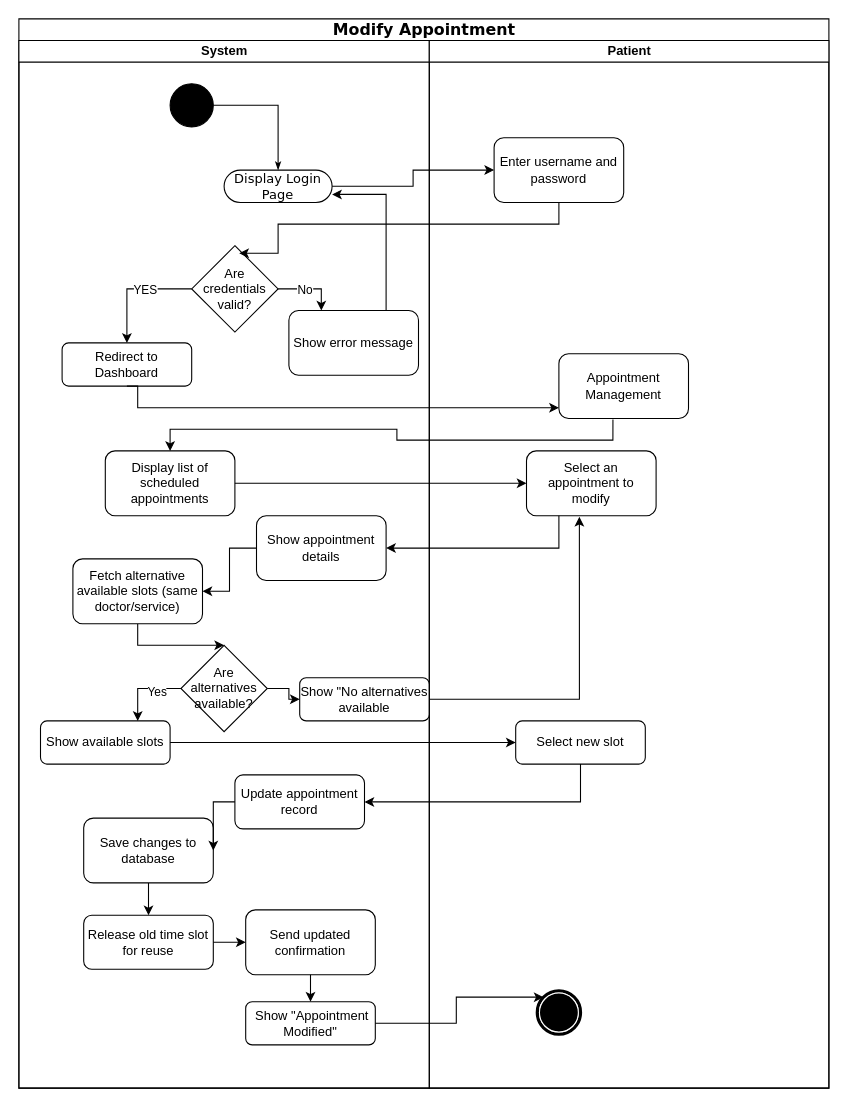
Earlier version of the draw.io diagram Untitled Diagram.drawio (ElisonaDoku-ENG/chess). Source tidied: cells renumbered, new cells numbered last; positions are measured from the earlier drawing's top-left corner, leaving out a move shared by most shapes. Both pictures are drawn from the tidied source at 108%, with x=0, y=0 at pixel (18, 18).
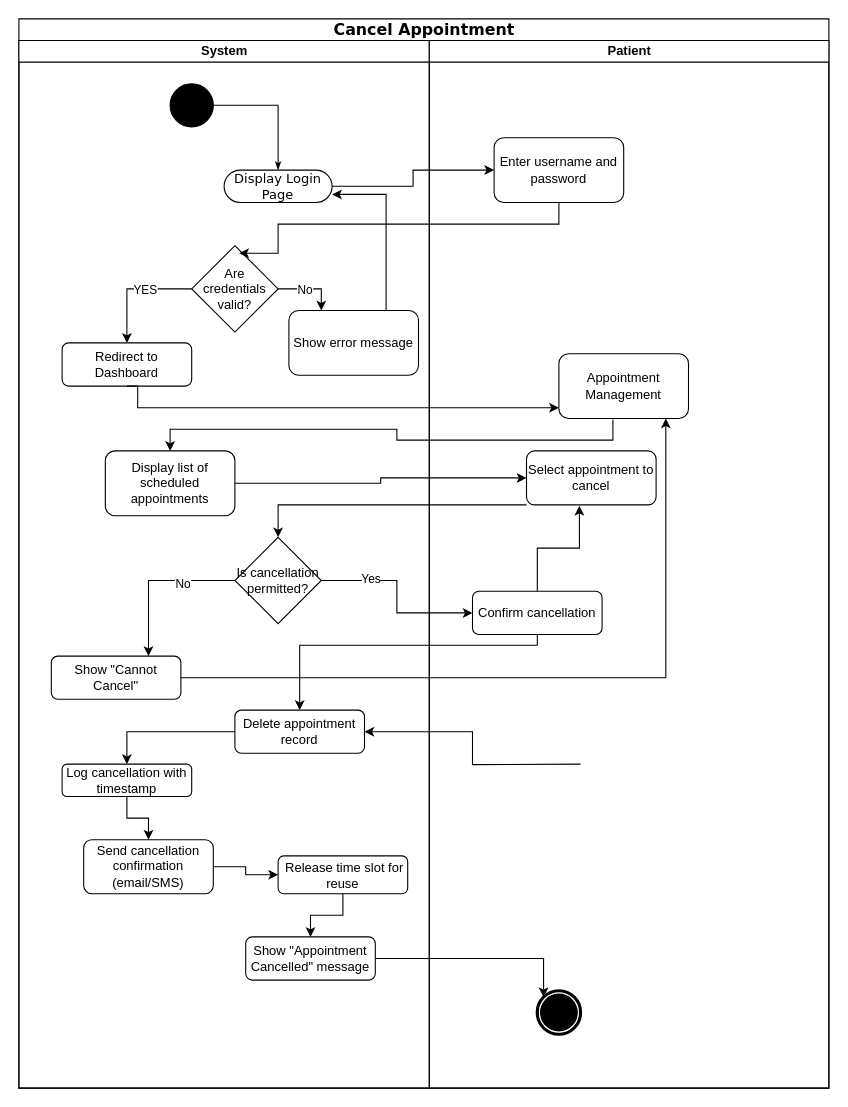
The same diagram, later.

The change refers to these unchanged cells:
```xml
<mxCell id="3" value="System" style="swimlane;html=1;startSize=20;" parent="2" vertex="1">
  <mxGeometry y="20" width="380" height="970" as="geometry" />
</mxCell>
<mxCell id="22" style="edgeStyle=orthogonalEdgeStyle;rounded=0;jettySize=auto;html=1;entryX=0.75;entryY=0;entryDx=0;entryDy=0;" parent="3" edge="1" source="20" target="21">
  <mxGeometry relative="1" as="geometry" />
</mxCell>
<mxCell id="32" value="Patient" style="swimlane;html=1;startSize=20;" parent="2" vertex="1">
  <mxGeometry x="380" y="20" width="370" height="970" as="geometry" />
</mxCell>
<mxCell id="35" value="Appointment Management" style="rounded=1;whiteSpace=wrap;html=1;" parent="32" vertex="1">
  <mxGeometry x="120" y="290" width="120" height="60" as="geometry" />
</mxCell>
```

The edit, as a diff of the source:
```diff
@@
-    <mxCell id="2" value="&lt;span style=&quot;font-size:11.0pt;line-height:107%;&lt;br/&gt;font-family:&amp;quot;Arial&amp;quot;,sans-serif;mso-fareast-font-family:Calibri;mso-fareast-theme-font:&lt;br/&gt;minor-latin;mso-ansi-language:EN-US;mso-fareast-language:EN-US;mso-bidi-language:&lt;br/&gt;AR-SA&quot;&gt;Modify Appointment&lt;/span&gt;" style="swimlane;html=1;startSize=20;rounded=0;shadow=0;comic=0;labelBackgroundColor=none;strokeWidth=1;fontFamily=Verdana;fontSize=12;align=center;" parent="1" vertex="1">
+    <mxCell id="2" value="&lt;span style=&quot;font-size:11.0pt;line-height:107%;&lt;br/&gt;font-family:&amp;quot;Arial&amp;quot;,sans-serif;mso-fareast-font-family:Calibri;mso-fareast-theme-font:&lt;br/&gt;minor-latin;mso-ansi-language:EN-US;mso-fareast-language:EN-US;mso-bidi-language:&lt;br/&gt;AR-SA&quot;&gt;Cancel Appointment &lt;/span&gt;" style="swimlane;html=1;startSize=20;rounded=0;shadow=0;comic=0;labelBackgroundColor=none;strokeWidth=1;fontFamily=Verdana;fontSize=12;align=center;" parent="1" vertex="1">
       <mxGeometry width="750" height="990" as="geometry" />
     </mxCell>
@@
-    <mxCell id="16" value="Show appointment details" style="rounded=1;whiteSpace=wrap;html=1;" parent="3" vertex="1">
-      <mxGeometry x="220" y="440" width="120" height="60" as="geometry" />
-    </mxCell>
-    <mxCell id="17" style="edgeStyle=orthogonalEdgeStyle;rounded=0;jettySize=auto;html=1;entryX=0.5;entryY=0;entryDx=0;entryDy=0;" parent="3" edge="1" source="18" target="20">
-      <mxGeometry relative="1" as="geometry" />
-    </mxCell>
-    <mxCell id="18" value="Fetch alternative available slots (same doctor/service)" style="rounded=1;whiteSpace=wrap;html=1;" parent="3" vertex="1">
-      <mxGeometry x="50" y="480" width="120" height="60" as="geometry" />
-    </mxCell>
-    <mxCell id="19" style="edgeStyle=orthogonalEdgeStyle;rounded=0;jettySize=auto;html=1;" parent="3" edge="1" source="16" target="18">
-      <mxGeometry relative="1" as="geometry" />
-    </mxCell>
-    <mxCell id="20" value="Are alternatives available?" style="rhombus;whiteSpace=wrap;html=1;" parent="3" vertex="1">
-      <mxGeometry x="150" y="560" width="80" height="80" as="geometry" />
+    <mxCell id="20" value="Is cancellation permitted?" style="rhombus;whiteSpace=wrap;html=1;" parent="3" vertex="1">
+      <mxGeometry x="200" y="460" width="80" height="80" as="geometry" />
     </mxCell>
-    <mxCell id="21" value="Show available slots" style="rounded=1;whiteSpace=wrap;html=1;" parent="3" vertex="1">
-      <mxGeometry x="20" y="630" width="120" height="40" as="geometry" />
+    <mxCell id="21" value="Show &quot;Cannot Cancel&quot;" style="rounded=1;whiteSpace=wrap;html=1;" parent="3" vertex="1">
+      <mxGeometry x="30" y="570" width="120" height="40" as="geometry" />
     </mxCell>
@@
-    <mxCell id="23" value="Yes" style="edgeLabel;html=1;align=center;verticalAlign=middle;" parent="22" vertex="1">
+    <mxCell id="23" value="No" style="edgeLabel;html=1;align=center;verticalAlign=middle;" parent="22" vertex="1">
       <mxGeometry x="-0.34" y="2" relative="1" as="geometry" />
     </mxCell>
-    <mxCell id="24" value="Show &quot;No alternatives available" style="rounded=1;whiteSpace=wrap;html=1;" parent="3" vertex="1">
-      <mxGeometry x="260" y="590" width="120" height="40" as="geometry" />
-    </mxCell>
-    <mxCell id="25" style="edgeStyle=orthogonalEdgeStyle;rounded=0;jettySize=auto;html=1;" parent="3" edge="1" source="20" target="24">
-      <mxGeometry relative="1" as="geometry" />
-    </mxCell>
-    <mxCell id="26" value="Update appointment record" style="rounded=1;whiteSpace=wrap;html=1;" parent="3" vertex="1">
-      <mxGeometry x="200" y="680" width="120" height="50" as="geometry" />
+    <mxCell id="26" value="Delete appointment record" style="rounded=1;whiteSpace=wrap;html=1;" parent="3" vertex="1">
+      <mxGeometry x="200" y="620" width="120" height="40" as="geometry" />
     </mxCell>
-    <mxCell id="27" value="Release old time slot for reuse" style="rounded=1;whiteSpace=wrap;html=1;" parent="3" vertex="1">
-      <mxGeometry x="60" y="810" width="120" height="50" as="geometry" />
+    <mxCell id="27" value="Send cancellation confirmation (email/SMS)" style="rounded=1;whiteSpace=wrap;html=1;" parent="3" vertex="1">
+      <mxGeometry x="60" y="740" width="120" height="50" as="geometry" />
     </mxCell>
-    <mxCell id="28" value="Send updated confirmation" style="rounded=1;whiteSpace=wrap;html=1;" parent="3" vertex="1">
-      <mxGeometry x="210" y="805" width="120" height="60" as="geometry" />
+    <mxCell id="28" value="&amp;nbsp;Release time slot for reuse" style="rounded=1;whiteSpace=wrap;html=1;" parent="3" vertex="1">
+      <mxGeometry x="240" y="755" width="120" height="35" as="geometry" />
     </mxCell>
@@
-    <mxCell id="30" value="&amp;nbsp;Show &quot;Appointment Modified&quot;" style="rounded=1;whiteSpace=wrap;html=1;" parent="3" vertex="1">
-      <mxGeometry x="210" y="890" width="120" height="40" as="geometry" />
+    <mxCell id="30" value="Show &quot;Appointment Cancelled&quot; message" style="rounded=1;whiteSpace=wrap;html=1;" parent="3" vertex="1">
+      <mxGeometry x="210" y="830" width="120" height="40" as="geometry" />
     </mxCell>
@@
+    <mxCell id="49" value="Log cancellation with timestamp" style="rounded=1;whiteSpace=wrap;html=1;" parent="3" vertex="1">
+      <mxGeometry x="40" y="670" width="120" height="30" as="geometry" />
+    </mxCell>
+    <mxCell id="50" style="edgeStyle=orthogonalEdgeStyle;rounded=0;jettySize=auto;html=1;" parent="3" edge="1" source="26" target="49">
+      <mxGeometry relative="1" as="geometry" />
+    </mxCell>
+    <mxCell id="48" style="edgeStyle=orthogonalEdgeStyle;rounded=0;jettySize=auto;html=1;" parent="3" edge="1" source="49" target="27">
+      <mxGeometry relative="1" as="geometry" />
+    </mxCell>
@@
-    <mxCell id="36" value="Select an appointment to modify" style="rounded=1;whiteSpace=wrap;html=1;" parent="32" vertex="1">
-      <mxGeometry x="90" y="380" width="120" height="60" as="geometry" />
+    <mxCell id="36" value="Select appointment to cancel" style="rounded=1;whiteSpace=wrap;html=1;" parent="32" vertex="1">
+      <mxGeometry x="90" y="380" width="120" height="50" as="geometry" />
     </mxCell>
-    <mxCell id="37" value="Select new slot" style="rounded=1;whiteSpace=wrap;html=1;" parent="32" vertex="1">
-      <mxGeometry x="80" y="630" width="120" height="40" as="geometry" />
-    </mxCell>
+    <mxCell id="24" value="Confirm cancellation" style="rounded=1;whiteSpace=wrap;html=1;" parent="32" vertex="1">
+      <mxGeometry x="40" y="510" width="120" height="40" as="geometry" />
+    </mxCell>
+    <mxCell id="44" style="edgeStyle=orthogonalEdgeStyle;rounded=0;jettySize=auto;html=1;entryX=0.408;entryY=1.017;entryDx=0;entryDy=0;entryPerimeter=0;" parent="32" edge="1" source="24" target="36">
+      <mxGeometry relative="1" as="geometry" />
+    </mxCell>
@@
-    <mxCell id="43" style="edgeStyle=orthogonalEdgeStyle;rounded=0;jettySize=auto;html=1;exitX=0.25;exitY=1;exitDx=0;exitDy=0;" parent="2" edge="1" source="36" target="16">
-      <mxGeometry relative="1" as="geometry" />
-    </mxCell>
-    <mxCell id="44" style="edgeStyle=orthogonalEdgeStyle;rounded=0;jettySize=auto;html=1;entryX=0.408;entryY=1.017;entryDx=0;entryDy=0;entryPerimeter=0;" parent="2" edge="1" source="24" target="36">
-      <mxGeometry relative="1" as="geometry" />
-    </mxCell>
-    <mxCell id="45" style="edgeStyle=orthogonalEdgeStyle;rounded=0;jettySize=auto;html=1;" parent="2" edge="1" source="21" target="37">
-      <mxGeometry relative="1" as="geometry" />
-    </mxCell>
-    <mxCell id="46" style="edgeStyle=orthogonalEdgeStyle;rounded=0;jettySize=auto;html=1;entryX=1;entryY=0.5;entryDx=0;entryDy=0;exitX=0.5;exitY=1;exitDx=0;exitDy=0;" parent="2" edge="1" source="37" target="26">
-      <mxGeometry relative="1" as="geometry" />
+    <mxCell id="46" style="edgeStyle=orthogonalEdgeStyle;rounded=0;jettySize=auto;html=1;entryX=1;entryY=0.5;entryDx=0;entryDy=0;exitX=0.5;exitY=1;exitDx=0;exitDy=0;" parent="2" edge="1" target="26">
+      <mxGeometry relative="1" as="geometry">
+        <mxPoint x="520" y="690" as="sourcePoint" />
+      </mxGeometry>
     </mxCell>
@@
-    <mxCell id="48" style="edgeStyle=orthogonalEdgeStyle;rounded=0;jettySize=auto;html=1;" parent="1" edge="1" source="49" target="27">
-      <mxGeometry relative="1" as="geometry" />
-    </mxCell>
-    <mxCell id="49" value="Save changes to database" style="rounded=1;whiteSpace=wrap;html=1;" parent="1" vertex="1">
-      <mxGeometry x="60" y="740" width="120" height="60" as="geometry" />
-    </mxCell>
-    <mxCell id="50" style="edgeStyle=orthogonalEdgeStyle;rounded=0;jettySize=auto;html=1;" parent="1" edge="1" source="26" target="49">
-      <mxGeometry relative="1" as="geometry" />
-    </mxCell>
+    <mxCell id="51" style="edgeStyle=orthogonalEdgeStyle;rounded=0;jettySize=auto;html=1;entryX=0.5;entryY=0;entryDx=0;entryDy=0;" parent="2" edge="1" source="36" target="20">
+      <mxGeometry relative="1" as="geometry">
+        <Array as="points">
+          <mxPoint x="240" y="450" />
+        </Array>
+      </mxGeometry>
+    </mxCell>
+    <mxCell id="25" style="edgeStyle=orthogonalEdgeStyle;rounded=0;jettySize=auto;html=1;" parent="2" edge="1" source="20" target="24">
+      <mxGeometry relative="1" as="geometry" />
+    </mxCell>
+    <mxCell id="52" value="Yes" style="edgeLabel;html=1;align=center;verticalAlign=middle;" parent="25" vertex="1">
+      <mxGeometry x="-0.47" y="2" relative="1" as="geometry" />
+    </mxCell>
+    <mxCell id="53" style="edgeStyle=orthogonalEdgeStyle;rounded=0;jettySize=auto;html=1;entryX=0.825;entryY=1;entryDx=0;entryDy=0;entryPerimeter=0;" parent="2" edge="1" source="21" target="35">
+      <mxGeometry relative="1" as="geometry" />
+    </mxCell>
+    <mxCell id="54" style="edgeStyle=orthogonalEdgeStyle;rounded=0;jettySize=auto;html=1;entryX=0.5;entryY=0;entryDx=0;entryDy=0;" parent="2" edge="1" source="24" target="26">
+      <mxGeometry relative="1" as="geometry">
+        <Array as="points">
+          <mxPoint x="480" y="580" />
+          <mxPoint x="260" y="580" />
+        </Array>
+      </mxGeometry>
+    </mxCell>
```
